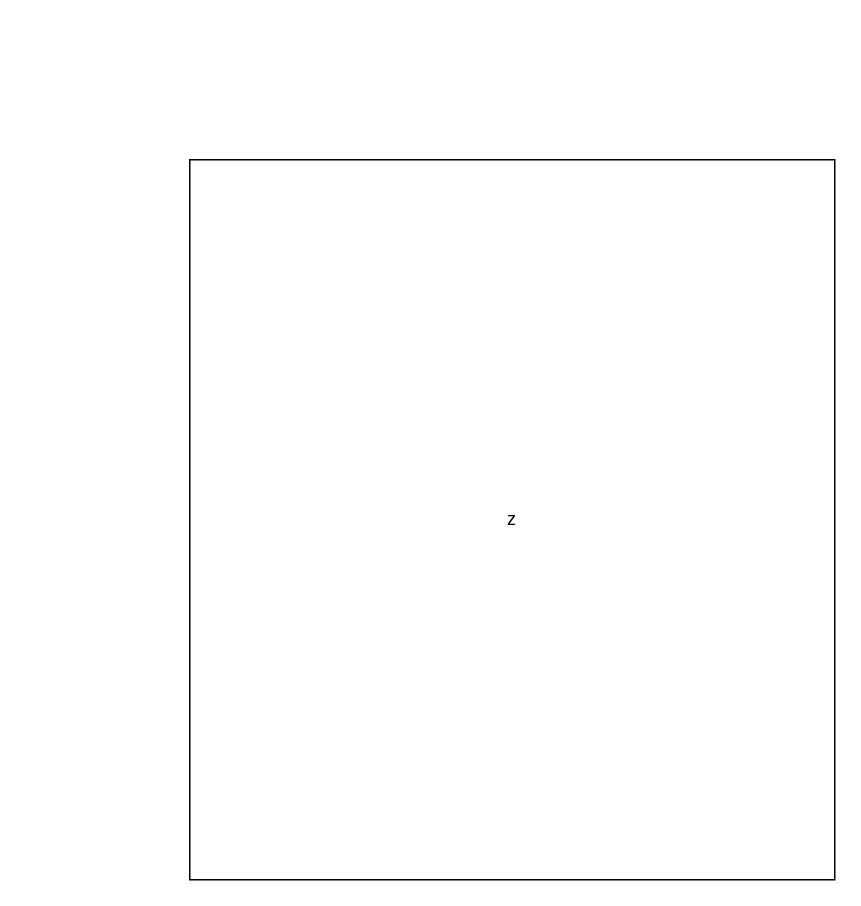
The draw.io diagram SEASS.drawio in kittykat-sudo/se_assign, before the edit. Source tidied: cells renumbered, new cells numbered last; positions are measured from the earlier drawing's top-left corner, leaving out a move shared by most shapes. Both pictures are drawn from the tidied source at 150%, with x=0, y=0 at pixel (189, 159).
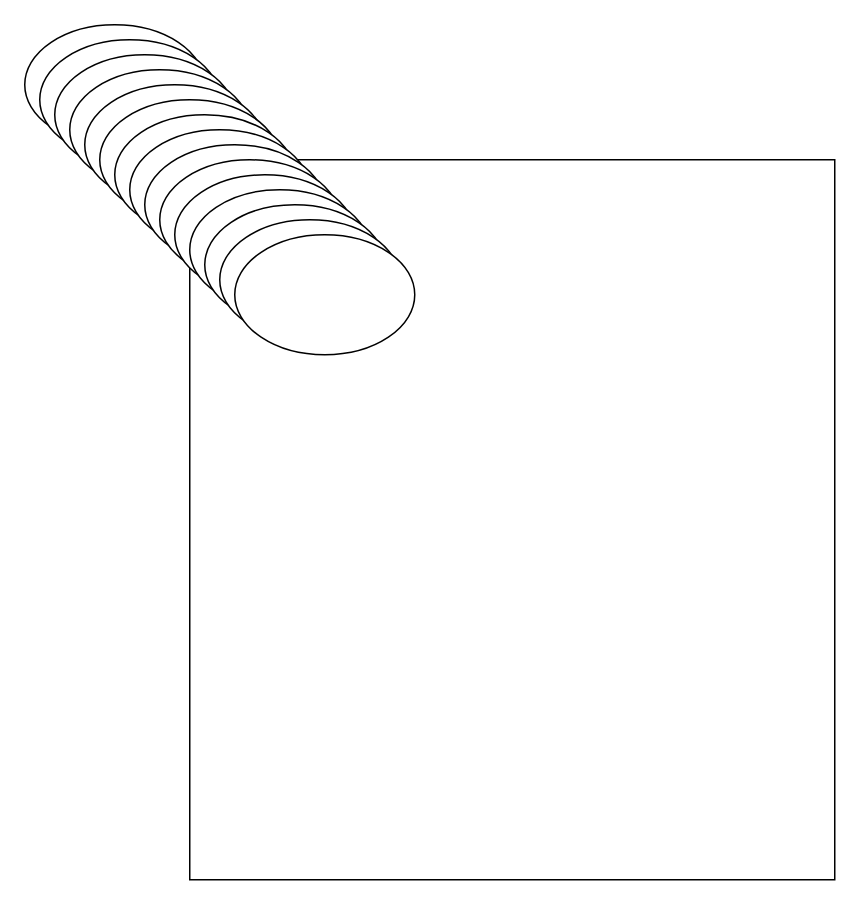
The same diagram, later.

The edit, as a diff of the source:
```diff
@@
 <mxGraphModel>
   <root>
     <mxCell id="0" />
     <mxCell id="1" parent="0" />
-    <mxCell id="2" value="z" style="rounded=0;whiteSpace=wrap;html=1;" parent="1" vertex="1">
+    <mxCell id="2" style="rounded=0;whiteSpace=wrap;html=1;" parent="1" vertex="1">
       <mxGeometry width="430" height="480" as="geometry" />
     </mxCell>
+    <mxCell id="3" style="ellipse;whiteSpace=wrap;html=1;" parent="1" vertex="1">
+      <mxGeometry x="-110" y="-90" width="120" height="80" as="geometry" />
+    </mxCell>
+    <mxCell id="4" style="ellipse;whiteSpace=wrap;html=1;" parent="1" vertex="1">
+      <mxGeometry x="-100" y="-80" width="120" height="80" as="geometry" />
+    </mxCell>
+    <mxCell id="5" style="ellipse;whiteSpace=wrap;html=1;" parent="1" vertex="1">
+      <mxGeometry x="-90" y="-70" width="120" height="80" as="geometry" />
+    </mxCell>
+    <mxCell id="6" style="ellipse;whiteSpace=wrap;html=1;" parent="1" vertex="1">
+      <mxGeometry x="-80" y="-60" width="120" height="80" as="geometry" />
+    </mxCell>
+    <mxCell id="7" style="ellipse;whiteSpace=wrap;html=1;" parent="1" vertex="1">
+      <mxGeometry x="-70" y="-50" width="120" height="80" as="geometry" />
+    </mxCell>
+    <mxCell id="8" style="ellipse;whiteSpace=wrap;html=1;" parent="1" vertex="1">
+      <mxGeometry x="-60" y="-40" width="120" height="80" as="geometry" />
+    </mxCell>
+    <mxCell id="9" style="ellipse;whiteSpace=wrap;html=1;" parent="1" vertex="1">
+      <mxGeometry x="-50" y="-30" width="120" height="80" as="geometry" />
+    </mxCell>
+    <mxCell id="10" style="ellipse;whiteSpace=wrap;html=1;" parent="1" vertex="1">
+      <mxGeometry x="-40" y="-20" width="120" height="80" as="geometry" />
+    </mxCell>
+    <mxCell id="11" style="ellipse;whiteSpace=wrap;html=1;" parent="1" vertex="1">
+      <mxGeometry x="-30" y="-10" width="120" height="80" as="geometry" />
+    </mxCell>
+    <mxCell id="12" style="ellipse;whiteSpace=wrap;html=1;" parent="1" vertex="1">
+      <mxGeometry x="-20" width="120" height="80" as="geometry" />
+    </mxCell>
+    <mxCell id="13" style="ellipse;whiteSpace=wrap;html=1;" parent="1" vertex="1">
+      <mxGeometry x="-10" y="10" width="120" height="80" as="geometry" />
+    </mxCell>
+    <mxCell id="14" style="ellipse;whiteSpace=wrap;html=1;" parent="1" vertex="1">
+      <mxGeometry y="20" width="120" height="80" as="geometry" />
+    </mxCell>
+    <mxCell id="15" style="ellipse;whiteSpace=wrap;html=1;" parent="1" vertex="1">
+      <mxGeometry x="10" y="30" width="120" height="80" as="geometry" />
+    </mxCell>
+    <mxCell id="16" style="ellipse;whiteSpace=wrap;html=1;" parent="1" vertex="1">
+      <mxGeometry x="20" y="40" width="120" height="80" as="geometry" />
+    </mxCell>
+    <mxCell id="17" style="ellipse;whiteSpace=wrap;html=1;" parent="1" vertex="1">
+      <mxGeometry x="30" y="50" width="120" height="80" as="geometry" />
+    </mxCell>
   </root>
 </mxGraphModel>
```
